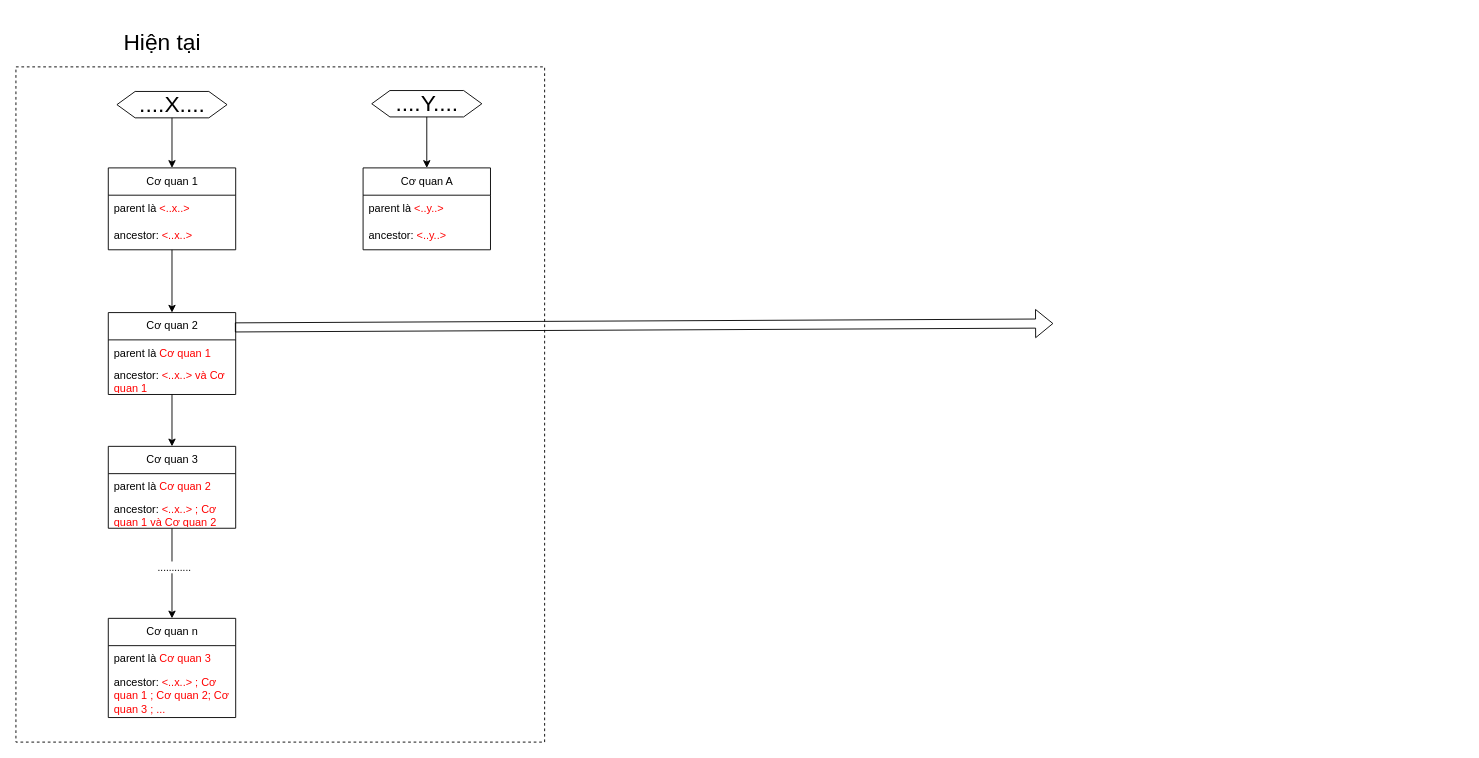
The draw.io diagram kafka ancestors.drawio in mitgaming/drawio, before the edit. Source tidied: cells renumbered, new cells numbered last; positions are measured from the earlier drawing's top-left corner, leaving out a move shared by most shapes. Both pictures are drawn from the tidied source at 91%, with x=0, y=0 at pixel (15, 27).
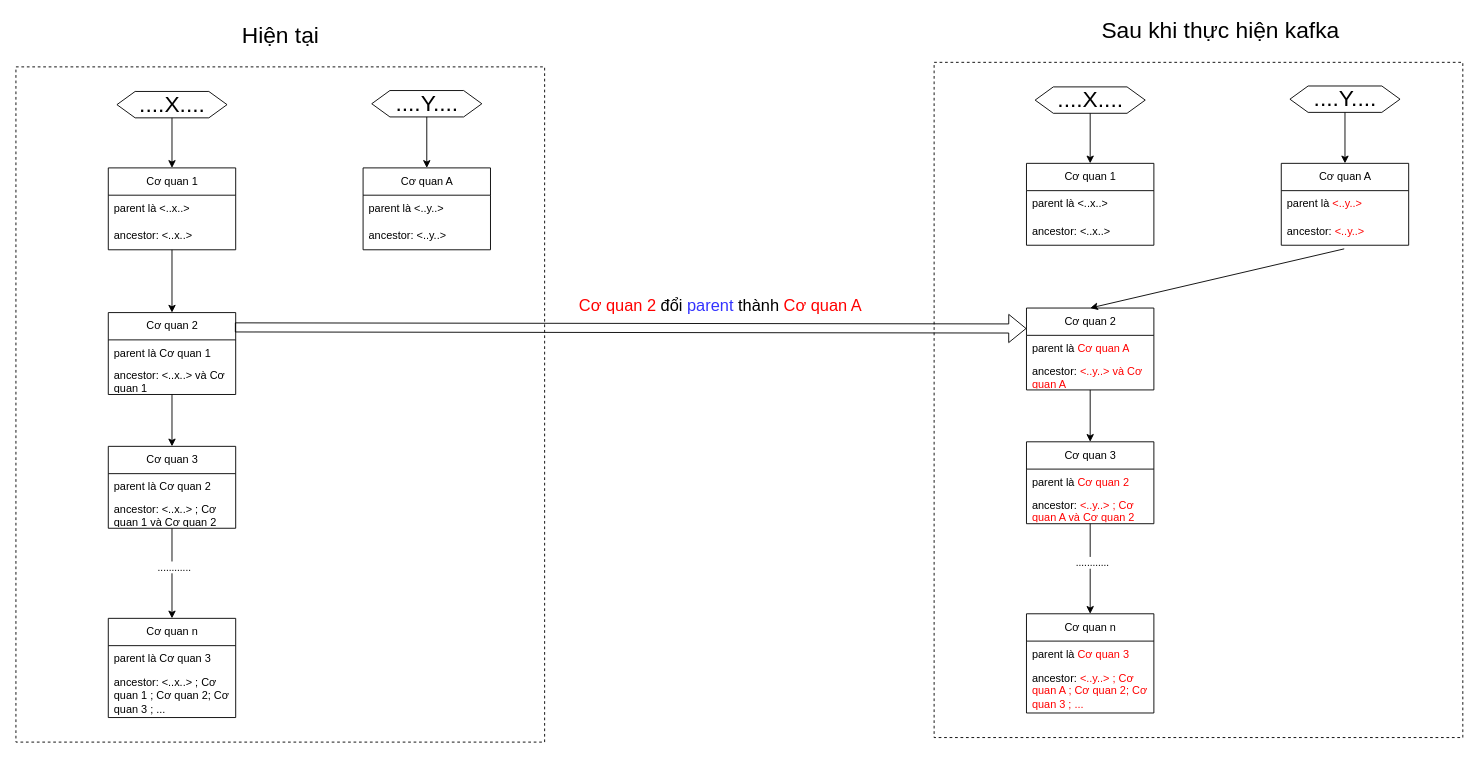
After the change.

Commit message (it also covers changes not shown here):
Cập nhật kafka ancestors.drawio

The change refers to these unchanged cells:
```xml
<mxCell id="9" value="Cơ quan 1" style="swimlane;fontStyle=0;horizontal=1;startSize=30;whiteSpace=wrap;html=1;" parent="1" vertex="1">
  <mxGeometry x="101.5" y="154" width="140" height="90" as="geometry" />
</mxCell>
<mxCell id="13" value="Cơ quan 2" style="swimlane;fontStyle=0;horizontal=1;startSize=30;whiteSpace=wrap;html=1;" parent="1" vertex="1">
  <mxGeometry x="101.5" y="313" width="140" height="90" as="geometry" />
</mxCell>
<mxCell id="18" value="Cơ quan 3" style="swimlane;fontStyle=0;horizontal=1;startSize=30;whiteSpace=wrap;html=1;" parent="1" vertex="1">
  <mxGeometry x="101.5" y="460" width="140" height="90" as="geometry" />
</mxCell>
<mxCell id="21" value="Cơ quan n" style="swimlane;fontStyle=0;horizontal=1;startSize=30;whiteSpace=wrap;html=1;" parent="1" vertex="1">
  <mxGeometry x="101.5" y="649" width="140" height="109" as="geometry" />
</mxCell>
<mxCell id="25" value="Cơ quan A" style="swimlane;fontStyle=0;horizontal=1;startSize=30;whiteSpace=wrap;html=1;" parent="1" vertex="1">
  <mxGeometry x="381.5" y="154" width="140" height="90" as="geometry" />
</mxCell>
```

The edit, as a diff of the source:
```diff
@@
     <mxCell id="3" value="&lt;font style=&quot;font-size: 25px;&quot;&gt;Hiện tại&lt;/font&gt;" style="text;html=1;strokeColor=none;fillColor=none;align=center;verticalAlign=middle;whiteSpace=wrap;rounded=0;" parent="1" vertex="1">
-      <mxGeometry x="92" width="138" height="30" as="geometry" />
+      <mxGeometry x="221.5" y="-8" width="138" height="30" as="geometry" />
     </mxCell>
@@
-    <mxCell id="10" value="parent là &lt;font color=&quot;#ff0000&quot;&gt;&amp;lt;..x..&amp;gt;&lt;/font&gt;" style="text;strokeColor=none;fillColor=none;align=left;verticalAlign=middle;spacingLeft=4;spacingRight=4;overflow=hidden;whiteSpace=wrap;html=1;" parent="9" vertex="1">
+    <mxCell id="10" value="parent là &amp;lt;..x..&amp;gt;" style="text;strokeColor=none;fillColor=none;align=left;verticalAlign=middle;spacingLeft=4;spacingRight=4;overflow=hidden;whiteSpace=wrap;html=1;" parent="9" vertex="1">
       <mxGeometry y="30" width="140" height="30" as="geometry" />
     </mxCell>
-    <mxCell id="11" value="ancestor: &lt;font color=&quot;#ff0000&quot;&gt;&amp;lt;..x..&amp;gt;&lt;/font&gt;" style="text;strokeColor=none;fillColor=none;align=left;verticalAlign=middle;spacingLeft=4;spacingRight=4;overflow=hidden;whiteSpace=wrap;html=1;" parent="9" vertex="1">
+    <mxCell id="11" value="ancestor: &amp;lt;..x..&amp;gt;" style="text;strokeColor=none;fillColor=none;align=left;verticalAlign=middle;spacingLeft=4;spacingRight=4;overflow=hidden;whiteSpace=wrap;html=1;" parent="9" vertex="1">
       <mxGeometry y="60" width="140" height="30" as="geometry" />
     </mxCell>
@@
-    <mxCell id="14" value="parent là &lt;font color=&quot;#ff0000&quot;&gt;Cơ quan 1&lt;/font&gt;" style="text;strokeColor=none;fillColor=none;align=left;verticalAlign=middle;spacingLeft=4;spacingRight=4;overflow=hidden;whiteSpace=wrap;html=1;" parent="13" vertex="1">
+    <mxCell id="14" value="parent là Cơ quan 1" style="text;strokeColor=none;fillColor=none;align=left;verticalAlign=middle;spacingLeft=4;spacingRight=4;overflow=hidden;whiteSpace=wrap;html=1;" parent="13" vertex="1">
       <mxGeometry y="30" width="140" height="30" as="geometry" />
     </mxCell>
-    <mxCell id="15" value="ancestor: &lt;font color=&quot;#ff0000&quot;&gt;&amp;lt;..x..&amp;gt; và Cơ quan 1&lt;/font&gt;" style="text;strokeColor=none;fillColor=none;align=left;verticalAlign=middle;spacingLeft=4;spacingRight=4;overflow=hidden;whiteSpace=wrap;html=1;" parent="13" vertex="1">
+    <mxCell id="15" value="ancestor: &amp;lt;..x..&amp;gt; và Cơ quan 1" style="text;strokeColor=none;fillColor=none;align=left;verticalAlign=middle;spacingLeft=4;spacingRight=4;overflow=hidden;whiteSpace=wrap;html=1;" parent="13" vertex="1">
       <mxGeometry y="60" width="140" height="30" as="geometry" />
     </mxCell>
@@
-    <mxCell id="19" value="parent là &lt;font color=&quot;#ff0000&quot;&gt;Cơ quan 2&lt;/font&gt;" style="text;strokeColor=none;fillColor=none;align=left;verticalAlign=middle;spacingLeft=4;spacingRight=4;overflow=hidden;whiteSpace=wrap;html=1;" parent="18" vertex="1">
+    <mxCell id="19" value="parent là Cơ quan 2" style="text;strokeColor=none;fillColor=none;align=left;verticalAlign=middle;spacingLeft=4;spacingRight=4;overflow=hidden;whiteSpace=wrap;html=1;" parent="18" vertex="1">
       <mxGeometry y="30" width="140" height="30" as="geometry" />
     </mxCell>
-    <mxCell id="20" value="ancestor: &lt;font color=&quot;#ff0000&quot;&gt;&amp;lt;..x..&amp;gt; ; Cơ quan 1 và Cơ quan 2&lt;/font&gt;" style="text;strokeColor=none;fillColor=none;align=left;verticalAlign=middle;spacingLeft=4;spacingRight=4;overflow=hidden;whiteSpace=wrap;html=1;" parent="18" vertex="1">
+    <mxCell id="20" value="ancestor: &amp;lt;..x..&amp;gt; ; Cơ quan 1 và Cơ quan 2" style="text;strokeColor=none;fillColor=none;align=left;verticalAlign=middle;spacingLeft=4;spacingRight=4;overflow=hidden;whiteSpace=wrap;html=1;" parent="18" vertex="1">
       <mxGeometry y="60" width="140" height="30" as="geometry" />
     </mxCell>
@@
-    <mxCell id="22" value="parent là &lt;font color=&quot;#ff0000&quot;&gt;Cơ quan 3&lt;/font&gt;" style="text;strokeColor=none;fillColor=none;align=left;verticalAlign=middle;spacingLeft=4;spacingRight=4;overflow=hidden;whiteSpace=wrap;html=1;" parent="21" vertex="1">
+    <mxCell id="22" value="parent là Cơ quan 3" style="text;strokeColor=none;fillColor=none;align=left;verticalAlign=middle;spacingLeft=4;spacingRight=4;overflow=hidden;whiteSpace=wrap;html=1;" parent="21" vertex="1">
       <mxGeometry y="30" width="140" height="30" as="geometry" />
     </mxCell>
-    <mxCell id="23" value="ancestor: &lt;font color=&quot;#ff0000&quot;&gt;&amp;lt;..x..&amp;gt; ; Cơ quan 1 ; Cơ quan 2; Cơ quan 3 ; ...&lt;/font&gt;" style="text;strokeColor=none;fillColor=none;align=left;verticalAlign=middle;spacingLeft=4;spacingRight=4;overflow=hidden;whiteSpace=wrap;html=1;" parent="21" vertex="1">
+    <mxCell id="23" value="ancestor: &amp;lt;..x..&amp;gt; ; Cơ quan 1 ; Cơ quan 2; Cơ quan 3 ; ..." style="text;strokeColor=none;fillColor=none;align=left;verticalAlign=middle;spacingLeft=4;spacingRight=4;overflow=hidden;whiteSpace=wrap;html=1;" parent="21" vertex="1">
       <mxGeometry y="60" width="140" height="49" as="geometry" />
     </mxCell>
-    <mxCell id="24" style="shape=flexArrow;endArrow=classic;html=1;rounded=0;exitX=0.994;exitY=0.181;exitDx=0;exitDy=0;exitPerimeter=0;" parent="1" edge="1" source="13">
-      <mxGeometry relative="1" as="geometry">
-        <mxPoint x="1140" y="325" as="targetPoint" />
-      </mxGeometry>
+    <mxCell id="24" style="shape=flexArrow;endArrow=classic;html=1;rounded=0;exitX=0.994;exitY=0.181;exitDx=0;exitDy=0;exitPerimeter=0;entryX=0;entryY=0.25;entryDx=0;entryDy=0;" parent="1" edge="1" source="13" target="43">
+      <mxGeometry relative="1" as="geometry" />
     </mxCell>
@@
-    <mxCell id="26" value="parent là &lt;font color=&quot;#ff0000&quot;&gt;&amp;lt;..y..&amp;gt;&lt;/font&gt;" style="text;strokeColor=none;fillColor=none;align=left;verticalAlign=middle;spacingLeft=4;spacingRight=4;overflow=hidden;whiteSpace=wrap;html=1;" parent="25" vertex="1">
+    <mxCell id="26" value="parent là &amp;lt;..y..&amp;gt;" style="text;strokeColor=none;fillColor=none;align=left;verticalAlign=middle;spacingLeft=4;spacingRight=4;overflow=hidden;whiteSpace=wrap;html=1;" parent="25" vertex="1">
       <mxGeometry y="30" width="140" height="30" as="geometry" />
     </mxCell>
-    <mxCell id="27" value="ancestor: &lt;font color=&quot;#ff0000&quot;&gt;&amp;lt;..y..&amp;gt;&lt;/font&gt;" style="text;strokeColor=none;fillColor=none;align=left;verticalAlign=middle;spacingLeft=4;spacingRight=4;overflow=hidden;whiteSpace=wrap;html=1;" parent="25" vertex="1">
+    <mxCell id="27" value="ancestor: &amp;lt;..y..&amp;gt;" style="text;strokeColor=none;fillColor=none;align=left;verticalAlign=middle;spacingLeft=4;spacingRight=4;overflow=hidden;whiteSpace=wrap;html=1;" parent="25" vertex="1">
       <mxGeometry y="60" width="140" height="30" as="geometry" />
     </mxCell>
@@
+    <mxCell id="32" value="&lt;font style=&quot;font-size: 18px;&quot;&gt;&lt;font color=&quot;#ff0000&quot;&gt;Cơ quan 2&lt;/font&gt; đổi &lt;font color=&quot;#3333ff&quot;&gt;parent &lt;/font&gt;thành &lt;font color=&quot;#ff0000&quot;&gt;Cơ quan A&lt;/font&gt;&lt;/font&gt;" style="text;html=1;strokeColor=none;fillColor=none;align=center;verticalAlign=middle;whiteSpace=wrap;rounded=0;" parent="1" vertex="1">
+      <mxGeometry x="593" y="291" width="363" height="30" as="geometry" />
+    </mxCell>
+    <mxCell id="33" style="rounded=0;whiteSpace=wrap;html=1;dashed=1;fillColor=none;" parent="1" vertex="1">
+      <mxGeometry x="1009" y="38" width="581" height="742" as="geometry" />
+    </mxCell>
+    <mxCell id="34" value="&lt;span style=&quot;font-size: 25px;&quot;&gt;Sau khi thực hiện kafka&lt;/span&gt;" style="text;html=1;strokeColor=none;fillColor=none;align=center;verticalAlign=middle;whiteSpace=wrap;rounded=0;" parent="1" vertex="1">
+      <mxGeometry x="1181" y="-13" width="285.5" height="30" as="geometry" />
+    </mxCell>
+    <mxCell id="35" style="group;" parent="1" vertex="1">
+      <mxGeometry x="1120" y="65" width="121" height="29" as="geometry" />
+    </mxCell>
+    <mxCell id="36" style="shape=hexagon;perimeter=hexagonPerimeter2;whiteSpace=wrap;html=1;fixedSize=1;" parent="35" vertex="1">
+      <mxGeometry width="121" height="29" as="geometry" />
+    </mxCell>
+    <mxCell id="37" value="&lt;font style=&quot;font-size: 25px;&quot;&gt;....X....&lt;/font&gt;" style="text;html=1;strokeColor=none;fillColor=none;align=center;verticalAlign=middle;whiteSpace=wrap;rounded=0;" parent="35" vertex="1">
+      <mxGeometry x="28" y="4.5" width="66" height="16" as="geometry" />
+    </mxCell>
+    <mxCell id="38" style="edgeStyle=orthogonalEdgeStyle;rounded=0;jettySize=auto;html=1;entryX=0.5;entryY=0;entryDx=0;entryDy=0;" parent="1" edge="1" source="36" target="39">
+      <mxGeometry relative="1" as="geometry" />
+    </mxCell>
+    <mxCell id="39" value="Cơ quan 1" style="swimlane;fontStyle=0;horizontal=1;startSize=30;whiteSpace=wrap;html=1;" parent="1" vertex="1">
+      <mxGeometry x="1110.5" y="149" width="140" height="90" as="geometry" />
+    </mxCell>
+    <mxCell id="40" value="parent là &amp;lt;..x..&amp;gt;" style="text;strokeColor=none;fillColor=none;align=left;verticalAlign=middle;spacingLeft=4;spacingRight=4;overflow=hidden;whiteSpace=wrap;html=1;" parent="39" vertex="1">
+      <mxGeometry y="30" width="140" height="30" as="geometry" />
+    </mxCell>
+    <mxCell id="41" value="ancestor: &amp;lt;..x..&amp;gt;" style="text;strokeColor=none;fillColor=none;align=left;verticalAlign=middle;spacingLeft=4;spacingRight=4;overflow=hidden;whiteSpace=wrap;html=1;" parent="39" vertex="1">
+      <mxGeometry y="60" width="140" height="30" as="geometry" />
+    </mxCell>
+    <mxCell id="42" style="edgeStyle=orthogonalEdgeStyle;rounded=0;jettySize=auto;html=1;entryX=0.5;entryY=0;entryDx=0;entryDy=0;" parent="1" edge="1" source="43" target="48">
+      <mxGeometry relative="1" as="geometry" />
+    </mxCell>
+    <mxCell id="43" value="Cơ quan 2" style="swimlane;fontStyle=0;horizontal=1;startSize=30;whiteSpace=wrap;html=1;" parent="1" vertex="1">
+      <mxGeometry x="1110.5" y="308" width="140" height="90" as="geometry" />
+    </mxCell>
+    <mxCell id="44" value="parent là &lt;font color=&quot;#ff0000&quot;&gt;Cơ quan A&lt;/font&gt;" style="text;strokeColor=none;fillColor=none;align=left;verticalAlign=middle;spacingLeft=4;spacingRight=4;overflow=hidden;whiteSpace=wrap;html=1;" parent="43" vertex="1">
+      <mxGeometry y="30" width="140" height="30" as="geometry" />
+    </mxCell>
+    <mxCell id="45" value="ancestor: &lt;font color=&quot;#ff0000&quot;&gt;&amp;lt;..y..&amp;gt; và Cơ quan A&lt;/font&gt;" style="text;strokeColor=none;fillColor=none;align=left;verticalAlign=middle;spacingLeft=4;spacingRight=4;overflow=hidden;whiteSpace=wrap;html=1;" parent="43" vertex="1">
+      <mxGeometry y="60" width="140" height="30" as="geometry" />
+    </mxCell>
+    <mxCell id="46" style="edgeStyle=orthogonalEdgeStyle;rounded=0;jettySize=auto;html=1;entryX=0.5;entryY=0;entryDx=0;entryDy=0;" parent="1" edge="1" source="48" target="51">
+      <mxGeometry relative="1" as="geometry">
+        <Array as="points">
+          <mxPoint x="1181" y="590" />
+          <mxPoint x="1181" y="590" />
+        </Array>
+      </mxGeometry>
+    </mxCell>
+    <mxCell id="47" value="............" style="edgeLabel;html=1;align=center;verticalAlign=middle;" parent="46" vertex="1">
+      <mxGeometry x="-0.16" y="2" relative="1" as="geometry" />
+    </mxCell>
+    <mxCell id="48" value="Cơ quan 3" style="swimlane;fontStyle=0;horizontal=1;startSize=30;whiteSpace=wrap;html=1;" parent="1" vertex="1">
+      <mxGeometry x="1110.5" y="455" width="140" height="90" as="geometry" />
+    </mxCell>
+    <mxCell id="49" value="parent là &lt;font color=&quot;#ff0000&quot;&gt;Cơ quan 2&lt;/font&gt;" style="text;strokeColor=none;fillColor=none;align=left;verticalAlign=middle;spacingLeft=4;spacingRight=4;overflow=hidden;whiteSpace=wrap;html=1;" parent="48" vertex="1">
+      <mxGeometry y="30" width="140" height="30" as="geometry" />
+    </mxCell>
+    <mxCell id="50" value="ancestor: &lt;font color=&quot;#ff0000&quot;&gt;&amp;lt;..y..&amp;gt; ; Cơ quan A và Cơ quan 2&lt;/font&gt;" style="text;strokeColor=none;fillColor=none;align=left;verticalAlign=middle;spacingLeft=4;spacingRight=4;overflow=hidden;whiteSpace=wrap;html=1;" parent="48" vertex="1">
+      <mxGeometry y="60" width="140" height="30" as="geometry" />
+    </mxCell>
+    <mxCell id="51" value="Cơ quan n" style="swimlane;fontStyle=0;horizontal=1;startSize=30;whiteSpace=wrap;html=1;" parent="1" vertex="1">
+      <mxGeometry x="1110.5" y="644" width="140" height="109" as="geometry" />
+    </mxCell>
+    <mxCell id="52" value="parent là &lt;font color=&quot;#ff0000&quot;&gt;Cơ quan 3&lt;/font&gt;" style="text;strokeColor=none;fillColor=none;align=left;verticalAlign=middle;spacingLeft=4;spacingRight=4;overflow=hidden;whiteSpace=wrap;html=1;" parent="51" vertex="1">
+      <mxGeometry y="30" width="140" height="30" as="geometry" />
+    </mxCell>
+    <mxCell id="53" value="ancestor: &lt;font color=&quot;#ff0000&quot;&gt;&amp;lt;..y..&amp;gt; ; Cơ quan A ; Cơ quan 2; Cơ quan 3 ; ...&lt;/font&gt;" style="text;strokeColor=none;fillColor=none;align=left;verticalAlign=middle;spacingLeft=4;spacingRight=4;overflow=hidden;whiteSpace=wrap;html=1;" parent="51" vertex="1">
+      <mxGeometry y="60" width="140" height="49" as="geometry" />
+    </mxCell>
+    <mxCell id="54" value="Cơ quan A" style="swimlane;fontStyle=0;horizontal=1;startSize=30;whiteSpace=wrap;html=1;" parent="1" vertex="1">
+      <mxGeometry x="1390.5" y="149" width="140" height="90" as="geometry" />
+    </mxCell>
+    <mxCell id="55" value="parent là &lt;font color=&quot;#ff0000&quot;&gt;&amp;lt;..y..&amp;gt;&lt;/font&gt;" style="text;strokeColor=none;fillColor=none;align=left;verticalAlign=middle;spacingLeft=4;spacingRight=4;overflow=hidden;whiteSpace=wrap;html=1;" parent="54" vertex="1">
+      <mxGeometry y="30" width="140" height="30" as="geometry" />
+    </mxCell>
+    <mxCell id="56" value="ancestor: &lt;font color=&quot;#ff0000&quot;&gt;&amp;lt;..y..&amp;gt;&lt;/font&gt;" style="text;strokeColor=none;fillColor=none;align=left;verticalAlign=middle;spacingLeft=4;spacingRight=4;overflow=hidden;points=[[0,0.5],[1,0.5]];portConstraint=eastwest;whiteSpace=wrap;html=1;" parent="54" vertex="1">
+      <mxGeometry y="60" width="140" height="30" as="geometry" />
+    </mxCell>
+    <mxCell id="57" style="group;" parent="1" vertex="1">
+      <mxGeometry x="1400" y="64" width="121" height="29" as="geometry" />
+    </mxCell>
+    <mxCell id="58" style="shape=hexagon;perimeter=hexagonPerimeter2;whiteSpace=wrap;html=1;fixedSize=1;" parent="57" vertex="1">
+      <mxGeometry width="121" height="29" as="geometry" />
+    </mxCell>
+    <mxCell id="59" value="&lt;font style=&quot;font-size: 25px;&quot;&gt;....Y....&lt;/font&gt;" style="text;html=1;strokeColor=none;fillColor=none;align=center;verticalAlign=middle;whiteSpace=wrap;rounded=0;" parent="57" vertex="1">
+      <mxGeometry x="28" y="4.5" width="66" height="16" as="geometry" />
+    </mxCell>
+    <mxCell id="60" style="edgeStyle=orthogonalEdgeStyle;rounded=0;jettySize=auto;html=1;entryX=0.5;entryY=0;entryDx=0;entryDy=0;" parent="1" edge="1" source="58" target="54">
+      <mxGeometry relative="1" as="geometry" />
+    </mxCell>
+    <mxCell id="61" style="endArrow=classic;html=1;rounded=0;exitX=0.494;exitY=1.132;exitDx=0;exitDy=0;exitPerimeter=0;entryX=0.5;entryY=0;entryDx=0;entryDy=0;" parent="1" edge="1" source="56" target="43">
+      <mxGeometry relative="1" as="geometry" />
+    </mxCell>
```
